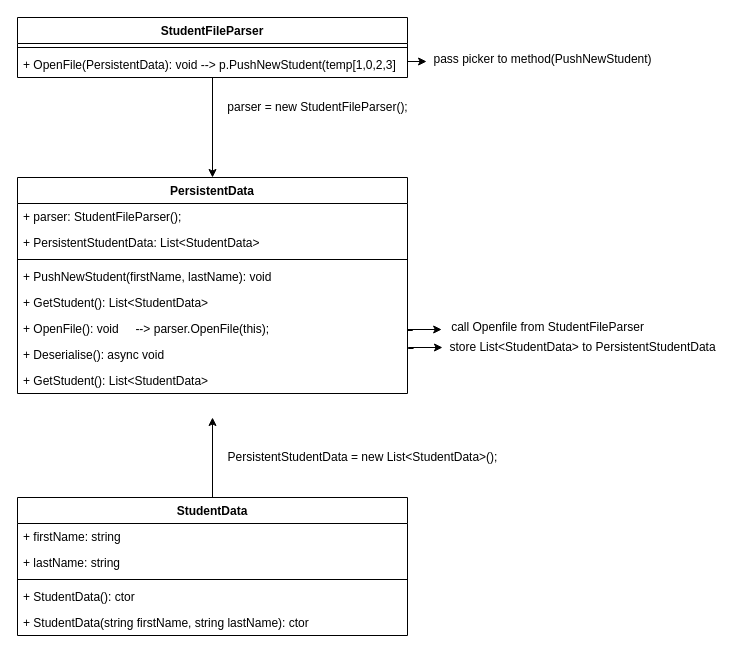
Above: page "Class Diagram" (5 of 5) of Project_Plan.drawio in pleycothh/Csharp_Learning_Note (draw.io), before the change. Source tidied: cells renumbered, new cells numbered last; positions are measured from the earlier drawing's top-left corner, leaving out a move shared by most shapes. Both pictures are drawn from the tidied source at 100%, with x=0, y=0 at pixel (17, 17).
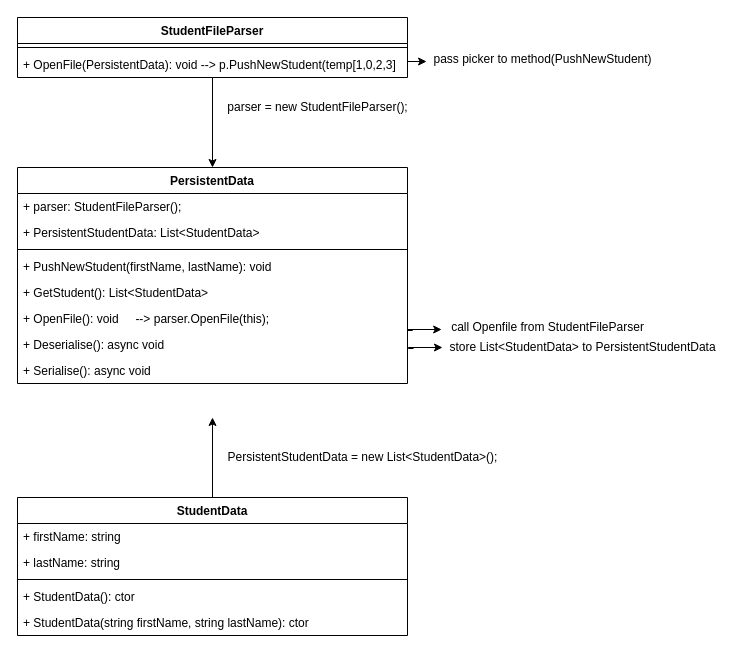
The same diagram, later.

Commit message:
complete class diagram

Change to the diagram source:
```diff
@@
     <mxCell id="6" value="PersistentData" style="swimlane;fontStyle=1;align=center;verticalAlign=top;horizontal=1;startSize=26;" parent="1" vertex="1">
-      <mxGeometry y="160" width="390" height="216" as="geometry" />
+      <mxGeometry y="150" width="390" height="216" as="geometry" />
     </mxCell>
@@
-    <mxCell id="14" value="+ GetStudent(): List&lt;StudentData&gt;" style="text;strokeColor=none;fillColor=none;align=left;verticalAlign=top;spacingLeft=4;spacingRight=4;overflow=hidden;" parent="6" vertex="1">
+    <mxCell id="14" value="+ Serialise(): async void    " style="text;strokeColor=none;fillColor=none;align=left;verticalAlign=top;spacingLeft=4;spacingRight=4;overflow=hidden;" parent="6" vertex="1">
       <mxGeometry y="190" width="390" height="26" as="geometry" />
     </mxCell>
```
